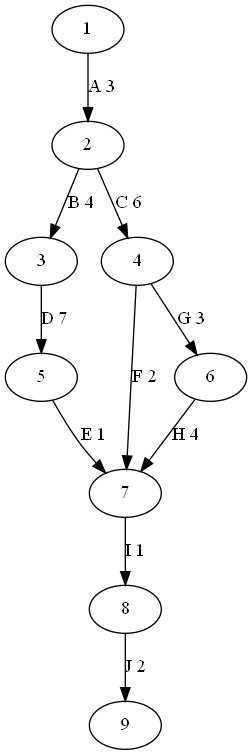
Before: graph.png, a diagram exported from Graphviz (damczi17/boil). Its source is kept beside it as graph.gv.
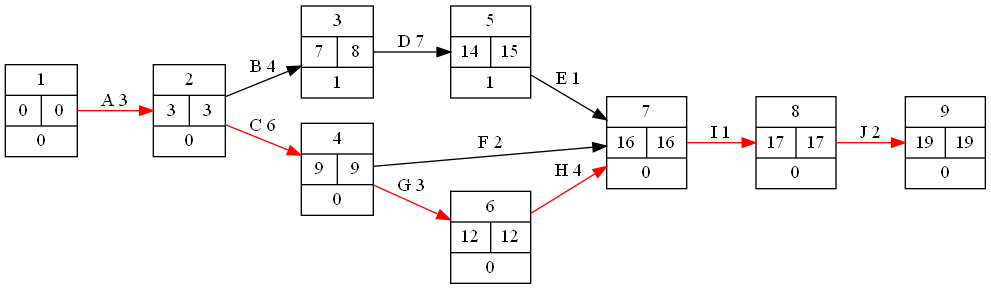
After the commit.

Change to the diagram source:
```diff
@@ -1,13 +1,23 @@
 digraph G {
-  1 -> 2 [label="A 3"]
-  2 -> 3 [label="B 4"]
-  2 -> 4 [label="C 6"]
-  3 -> 5 [label="D 7"]
-  5 -> 7 [label="E 1"]
-  4 -> 7 [label="F 2"]
-  4 -> 6 [label="G 3"]
-  6 -> 7 [label="H 4"]
-  7 -> 8 [label="I 1"]
-  8 -> 9 [label="J 2"]
+rankdir="LR";
+struct1[shape=record,label="1|{0|0}| 0"];
+struct1 -> struct2[color=red, label="A 3"];
+struct2[shape=record,label="2|{3|3}| 0"];
+struct2 -> struct3[label="B 4"];
+struct2 -> struct4[color=red, label="C 6"];
+struct3[shape=record,label="3|{7|8}| 1"];
+struct3 -> struct5[label="D 7"];
+struct4[shape=record,label="4|{9|9}| 0"];
+struct4 -> struct7[label="F 2"];
+struct4 -> struct6[color=red, label="G 3"];
+struct5[shape=record,label="5|{14|15}| 1"];
+struct5 -> struct7[label="E 1"];
+struct6[shape=record,label="6|{12|12}| 0"];
+struct6 -> struct7[color=red, label="H 4"];
+struct7[shape=record,label="7|{16|16}| 0"];
+struct7 -> struct8[color=red, label="I 1"];
+struct8[shape=record,label="8|{17|17}| 0"];
+struct8 -> struct9[color=red, label="J 2"];
+struct9[shape=record,label="9|{19|19}| 0"];
 
 }
```
